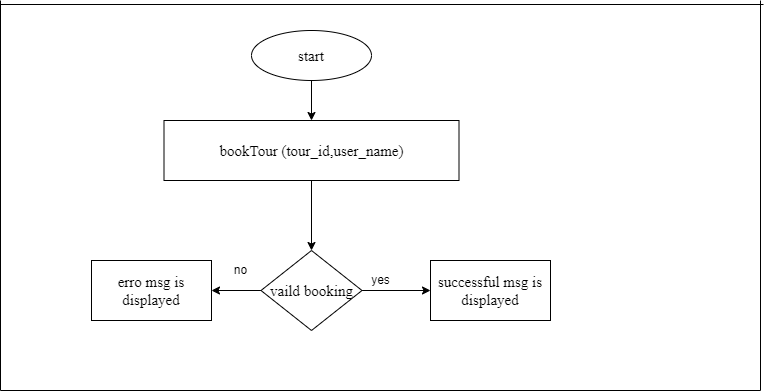
This is Definition/Design/low level design/flowchart/book tour.drawio.png from SaadHamdy1999/TravelAdvisor, a draw.io export, as it was before one commit. Source tidied: cells renumbered, new cells last; positions are measured from the earlier drawing's top-left corner, leaving out a move shared by most shapes.
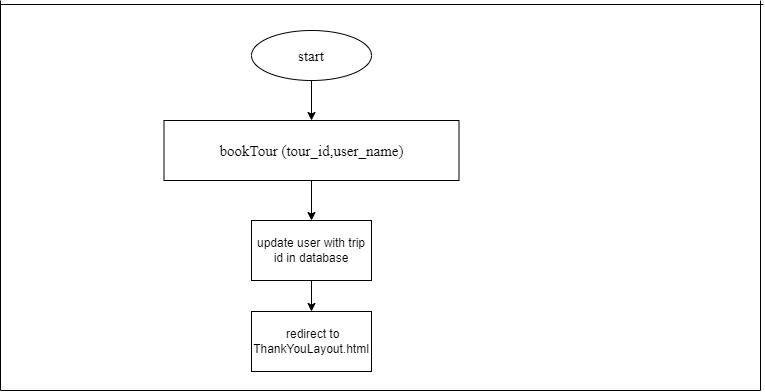
Later version of the same file.

Diff of the diagram source:
```diff
@@ -8,9 +8,9 @@
     <mxCell id="3" value="&lt;font face=&quot;Times New Roman&quot; style=&quot;font-size: 15px;&quot;&gt;start&lt;/font&gt;" style="ellipse;whiteSpace=wrap;html=1;" parent="1" vertex="1">
       <mxGeometry x="251" y="30" width="120" height="50" as="geometry" />
     </mxCell>
-    <mxCell id="4" style="edgeStyle=orthogonalEdgeStyle;rounded=0;jettySize=auto;html=1;" parent="1" edge="1" source="5" target="12">
-      <mxGeometry relative="1" as="geometry" />
-    </mxCell>
+    <mxCell id="17" style="edgeStyle=orthogonalEdgeStyle;rounded=0;jettySize=auto;html=1;" parent="1" edge="1" source="5" target="19">
+      <mxGeometry relative="1" as="geometry" />
+    </mxCell>
     <mxCell id="5" value="&lt;font face=&quot;Times New Roman&quot; style=&quot;font-size: 15px;&quot;&gt;bookTour (tour_id,user_name&lt;span style=&quot;position: relative; top: 0.5pt;&quot;&gt;)&lt;/span&gt;&lt;/font&gt;" style="whiteSpace=wrap;html=1;" parent="1" vertex="1">
       <mxGeometry x="163.5" y="120" width="295" height="60" as="geometry" />
     </mxCell>
@@ -38,26 +38,14 @@
         <mxPoint as="targetPoint" />
       </mxGeometry>
     </mxCell>
-    <mxCell id="10" style="edgeStyle=orthogonalEdgeStyle;rounded=0;jettySize=auto;html=1;" parent="1" edge="1" source="12" target="13">
-      <mxGeometry relative="1" as="geometry" />
-    </mxCell>
-    <mxCell id="11" style="edgeStyle=orthogonalEdgeStyle;rounded=0;jettySize=auto;html=1;" parent="1" edge="1" source="12" target="15">
-      <mxGeometry relative="1" as="geometry" />
-    </mxCell>
-    <mxCell id="12" value="&lt;font face=&quot;Times New Roman&quot; style=&quot;font-size: 15px;&quot;&gt;vaild booking&lt;/font&gt;" style="rhombus;whiteSpace=wrap;html=1;" parent="1" vertex="1">
-      <mxGeometry x="260.5" y="250" width="101" height="80" as="geometry" />
-    </mxCell>
-    <mxCell id="13" value="&lt;font face=&quot;Times New Roman&quot; style=&quot;font-size: 15px;&quot;&gt;erro msg is displayed&lt;/font&gt;" style="whiteSpace=wrap;html=1;" parent="1" vertex="1">
-      <mxGeometry x="91" y="260" width="120" height="60" as="geometry" />
-    </mxCell>
-    <mxCell id="14" value="no" style="text;html=1;align=center;verticalAlign=middle;strokeColor=none;fillColor=none;" parent="1" vertex="1">
-      <mxGeometry x="225" y="260" width="30" height="20" as="geometry" />
-    </mxCell>
-    <mxCell id="15" value="&lt;font face=&quot;Times New Roman&quot; style=&quot;font-size: 15px;&quot;&gt;successful msg is displayed&lt;/font&gt;" style="whiteSpace=wrap;html=1;" parent="1" vertex="1">
-      <mxGeometry x="430" y="260" width="120" height="60" as="geometry" />
-    </mxCell>
-    <mxCell id="16" value="yes" style="text;html=1;align=center;verticalAlign=middle;strokeColor=none;fillColor=none;" parent="1" vertex="1">
-      <mxGeometry x="365" y="270" width="30" height="20" as="geometry" />
-    </mxCell>
+    <mxCell id="18" style="edgeStyle=orthogonalEdgeStyle;rounded=0;jettySize=auto;html=1;" parent="1" edge="1" source="19" target="20">
+      <mxGeometry relative="1" as="geometry" />
+    </mxCell>
+    <mxCell id="19" value="update user with trip id in database" style="whiteSpace=wrap;html=1;" parent="1" vertex="1">
+      <mxGeometry x="251" y="220" width="120" height="60" as="geometry" />
+    </mxCell>
+    <mxCell id="20" value="&amp;nbsp;redirect to ThankYouLayout.html" style="whiteSpace=wrap;html=1;" parent="1" vertex="1">
+      <mxGeometry x="251" y="311" width="120" height="60" as="geometry" />
+    </mxCell>
   </root>
 </mxGraphModel>
```
